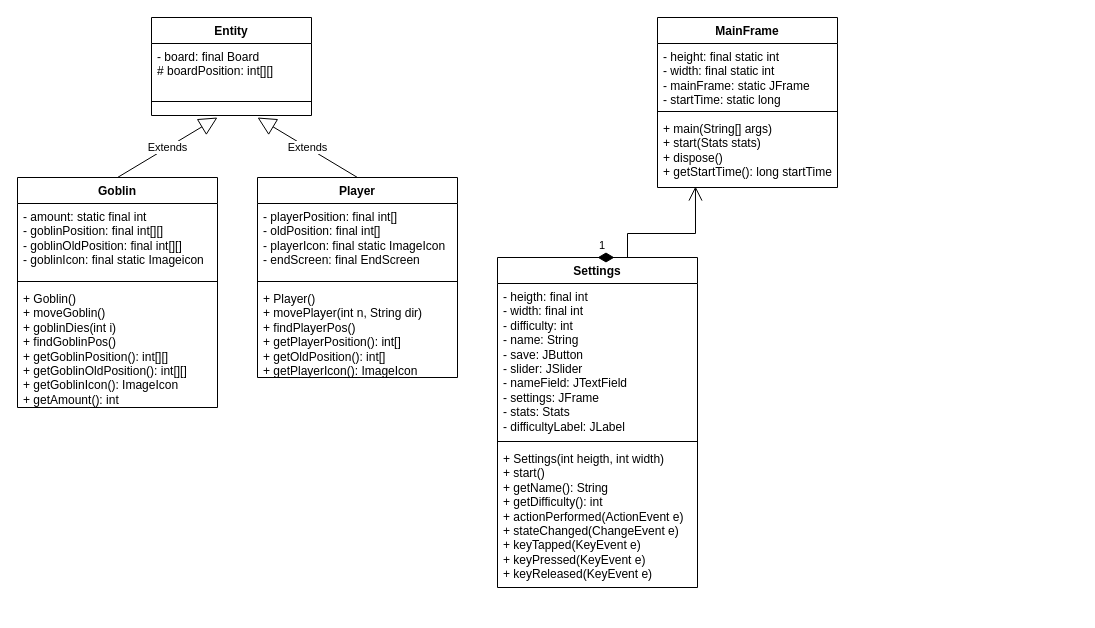
The draw.io diagram Untitled Diagram.drawio in jacob-w4/Java-simple-game, before the edit. Source tidied: cells renumbered, new cells numbered last; positions are measured from the earlier drawing's top-left corner, leaving out a move shared by most shapes. Both pictures are drawn from the tidied source at 100%, with x=0, y=0 at pixel (17, 17).
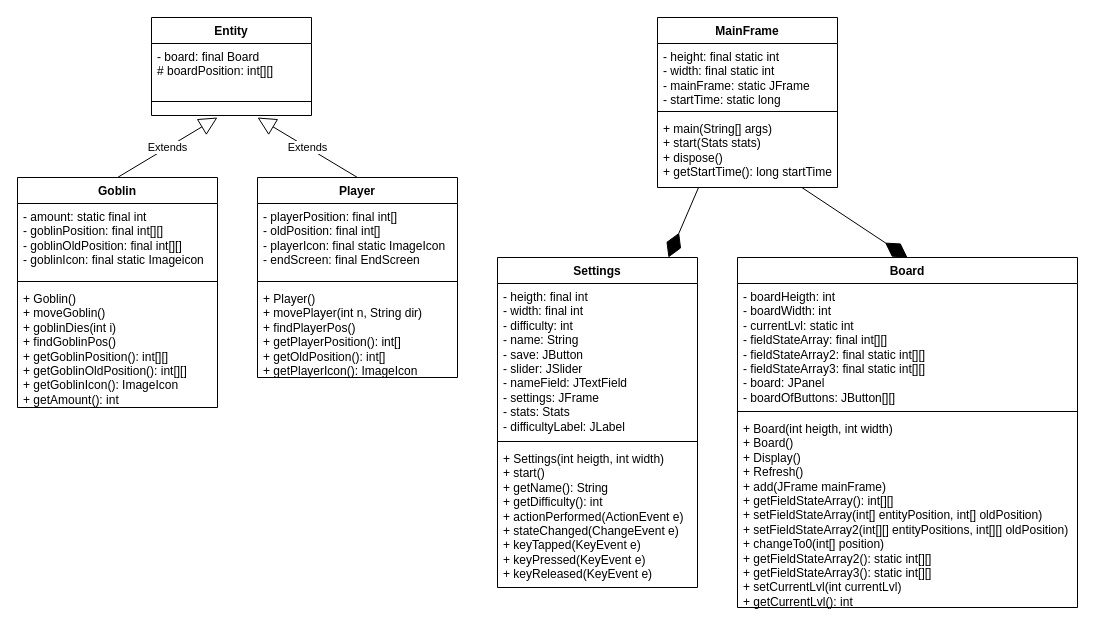
The same diagram, later.

The change refers to these unchanged cells:
```xml
<mxCell id="18" value="+ main(String[] args)&lt;br&gt;+ start(Stats stats)&lt;br&gt;+ dispose()&lt;br&gt;+ getStartTime(): long startTime" style="text;strokeColor=none;fillColor=none;align=left;verticalAlign=top;spacingLeft=4;spacingRight=4;overflow=hidden;points=[[0,0.5],[1,0.5]];portConstraint=eastwest;whiteSpace=wrap;html=1;" parent="15" vertex="1">
  <mxGeometry y="98" width="180" height="72" as="geometry" />
</mxCell>
<mxCell id="19" value="Settings" style="swimlane;fontStyle=1;align=center;verticalAlign=top;horizontal=1;startSize=26;whiteSpace=wrap;html=1;" parent="1" vertex="1">
  <mxGeometry x="480" y="240" width="200" height="330" as="geometry" />
</mxCell>
```

The edit, as a diff of the source:
```diff
@@
-    <mxCell id="23" value="1" style="endArrow=open;html=1;endSize=12;startArrow=diamondThin;startSize=14;startFill=1;edgeStyle=orthogonalEdgeStyle;align=left;verticalAlign=bottom;rounded=0;exitX=0.5;exitY=0;exitDx=0;exitDy=0;entryX=0.211;entryY=0.986;entryDx=0;entryDy=0;entryPerimeter=0;" parent="1" edge="1" source="19" target="18">
-      <mxGeometry x="-1" y="3" relative="1" as="geometry">
-        <Array as="points">
-          <mxPoint x="610" y="240" />
-          <mxPoint x="610" y="216" />
-          <mxPoint x="678" y="216" />
-        </Array>
-      </mxGeometry>
-    </mxCell>
+    <mxCell id="24" value="Board" style="swimlane;fontStyle=1;align=center;verticalAlign=top;horizontal=1;startSize=26;whiteSpace=wrap;html=1;" parent="1" vertex="1">
+      <mxGeometry x="720" y="240" width="340" height="350" as="geometry" />
+    </mxCell>
+    <mxCell id="25" value="- boardHeigth: int&lt;br&gt;- boardWidth: int&lt;br&gt;- currentLvl: static int&lt;br&gt;- fieldStateArray: final int[][]&lt;br&gt;- fieldStateArray2: final static int[][]&lt;br&gt;- fieldStateArray3: final static int[][]&lt;br&gt;- board: JPanel&lt;br&gt;- boardOfButtons: JButton[][]" style="text;strokeColor=none;fillColor=none;align=left;verticalAlign=top;spacingLeft=4;spacingRight=4;overflow=hidden;whiteSpace=wrap;html=1;" parent="24" vertex="1">
+      <mxGeometry y="26" width="340" height="124" as="geometry" />
+    </mxCell>
+    <mxCell id="26" style="line;strokeWidth=1;fillColor=none;align=left;verticalAlign=middle;spacingTop=-1;spacingLeft=3;spacingRight=3;labelPosition=right;strokeColor=inherit;" parent="24" vertex="1">
+      <mxGeometry y="150" width="340" height="8" as="geometry" />
+    </mxCell>
+    <mxCell id="27" value="+&amp;nbsp;Board(int heigth, int width)&lt;br&gt;+ Board()&lt;br&gt;+ Display()&lt;br&gt;+ Refresh()&lt;br&gt;+ add(JFrame mainFrame)&lt;br&gt;+ getFieldStateArray(): int[][]&lt;br&gt;+ setFieldStateArray(int[] entityPosition, int[] oldPosition)&lt;br&gt;+ setFieldStateArray2(int[][] entityPositions, int[][] oldPosition)&lt;br&gt;+ changeTo0(int[] position)&lt;br&gt;+ getFieldStateArray2(): static int[][]&lt;br&gt;+ getFieldStateArray3(): static int[][]&lt;br&gt;+ setCurrentLvl(int currentLvl)&lt;br&gt;+ getCurrentLvl(): int" style="text;strokeColor=none;fillColor=none;align=left;verticalAlign=top;spacingLeft=4;spacingRight=4;overflow=hidden;whiteSpace=wrap;html=1;" parent="24" vertex="1">
+      <mxGeometry y="158" width="340" height="192" as="geometry" />
+    </mxCell>
+    <mxCell id="28" style="endArrow=diamondThin;endFill=1;endSize=24;html=1;rounded=0;entryX=0.5;entryY=0;entryDx=0;entryDy=0;" parent="1" edge="1" source="18" target="24">
+      <mxGeometry relative="1" as="geometry" />
+    </mxCell>
+    <mxCell id="29" style="endArrow=diamondThin;endFill=1;endSize=24;html=1;rounded=0;exitX=0.228;exitY=1;exitDx=0;exitDy=0;exitPerimeter=0;" parent="1" edge="1" source="18" target="19">
+      <mxGeometry relative="1" as="geometry" />
+    </mxCell>
```
